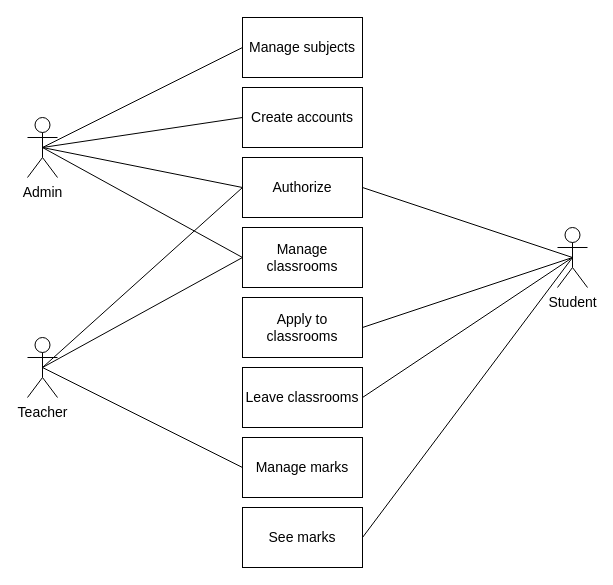
Above: page "Usecase" (1 of 2) of design.drawio in phuongbv00/aptech_crm (draw.io), before the change. Source tidied: cells renumbered, new cells numbered last; positions are measured from the earlier drawing's top-left corner, leaving out a move shared by most shapes. Both pictures are drawn from the tidied source at 100%, with x=0, y=0 at pixel (27, 17).
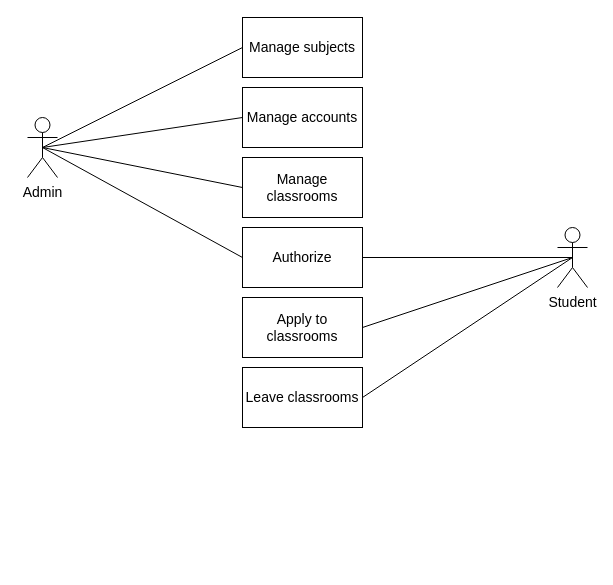
The same diagram, later.

The change refers to these unchanged cells:
```xml
<mxCell id="12" value="Student" style="shape=umlActor;verticalLabelPosition=bottom;verticalAlign=top;html=1;outlineConnect=0;fontSize=14;" parent="1" vertex="1">
  <mxGeometry x="530" y="210" width="30" height="60" as="geometry" />
</mxCell>
```

Diff of the diagram source:
```diff
@@
     <mxCell id="2" value="Authorize" style="rounded=0;whiteSpace=wrap;html=1;fontSize=14;" parent="1" vertex="1">
-      <mxGeometry x="215" y="140" width="120" height="60" as="geometry" />
+      <mxGeometry x="215" y="210" width="120" height="60" as="geometry" />
     </mxCell>
@@
-    <mxCell id="11" style="edgeStyle=none;rounded=0;jettySize=auto;html=1;exitX=0.5;exitY=0.5;exitDx=0;exitDy=0;exitPerimeter=0;entryX=1;entryY=0.5;entryDx=0;entryDy=0;endArrow=none;endFill=0;fontSize=14;" parent="1" edge="1" source="12" target="23">
-      <mxGeometry relative="1" as="geometry" />
-    </mxCell>
@@
-    <mxCell id="13" value="Manage classrooms" style="rounded=0;whiteSpace=wrap;html=1;fontSize=14;" parent="1" vertex="1">
-      <mxGeometry x="215" y="210" width="120" height="60" as="geometry" />
-    </mxCell>
@@
-    <mxCell id="15" value="Create accounts" style="rounded=0;whiteSpace=wrap;html=1;fontSize=14;" parent="1" vertex="1">
+    <mxCell id="15" value="Manage accounts" style="rounded=0;whiteSpace=wrap;html=1;fontSize=14;" parent="1" vertex="1">
       <mxGeometry x="215" y="70" width="120" height="60" as="geometry" />
     </mxCell>
@@
-    <mxCell id="17" value="Manage marks" style="rounded=0;whiteSpace=wrap;html=1;fontSize=14;" parent="1" vertex="1">
-      <mxGeometry x="215" y="420" width="120" height="60" as="geometry" />
-    </mxCell>
-    <mxCell id="18" style="edgeStyle=none;rounded=0;jettySize=auto;html=1;exitX=0.5;exitY=0.5;exitDx=0;exitDy=0;exitPerimeter=0;entryX=0;entryY=0.5;entryDx=0;entryDy=0;endArrow=none;endFill=0;fontSize=14;" parent="1" edge="1" source="21" target="17">
-      <mxGeometry relative="1" as="geometry" />
-    </mxCell>
-    <mxCell id="19" style="edgeStyle=none;rounded=0;jettySize=auto;html=1;exitX=0.5;exitY=0.5;exitDx=0;exitDy=0;exitPerimeter=0;entryX=0;entryY=0.5;entryDx=0;entryDy=0;endArrow=none;endFill=0;fontSize=14;" parent="1" edge="1" source="21" target="2">
-      <mxGeometry relative="1" as="geometry" />
-    </mxCell>
-    <mxCell id="20" style="edgeStyle=none;rounded=0;jettySize=auto;html=1;exitX=0.5;exitY=0.5;exitDx=0;exitDy=0;exitPerimeter=0;entryX=0;entryY=0.5;entryDx=0;entryDy=0;endArrow=none;endFill=0;fontSize=14;" parent="1" edge="1" source="21" target="13">
-      <mxGeometry relative="1" as="geometry" />
-    </mxCell>
-    <mxCell id="21" value="Teacher" style="shape=umlActor;verticalLabelPosition=bottom;verticalAlign=top;html=1;outlineConnect=0;fontSize=14;" parent="1" vertex="1">
-      <mxGeometry y="320" width="30" height="60" as="geometry" />
-    </mxCell>
@@
-    <mxCell id="23" value="See marks" style="rounded=0;whiteSpace=wrap;html=1;fontSize=14;" parent="1" vertex="1">
-      <mxGeometry x="215" y="490" width="120" height="60" as="geometry" />
-    </mxCell>
+    <mxCell id="13" value="Manage classrooms" style="rounded=0;whiteSpace=wrap;html=1;fontSize=14;" parent="1" vertex="1">
+      <mxGeometry x="215" y="140" width="120" height="60" as="geometry" />
+    </mxCell>
```
